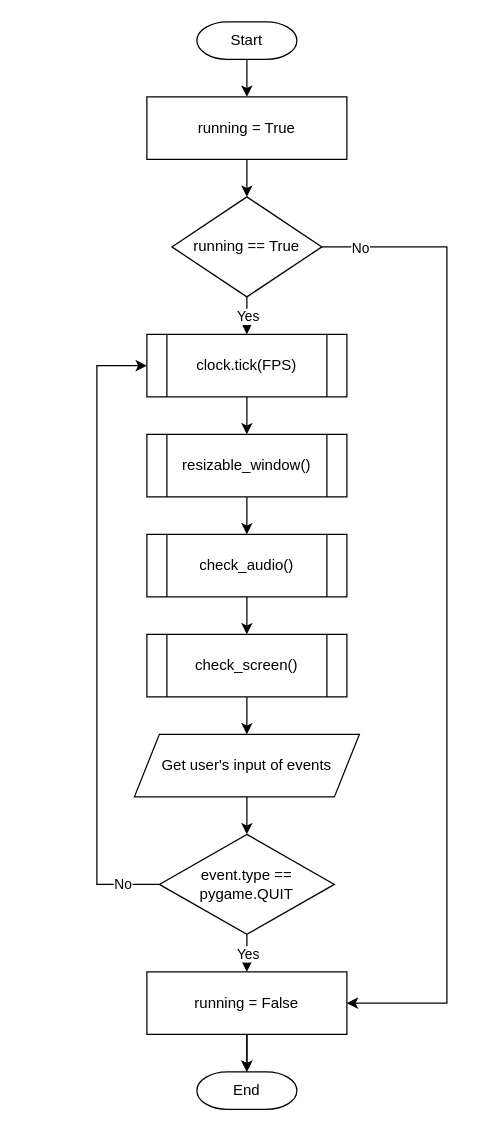
Bxnetic/wahtype keeps this draw.io diagram as diagrams/algorithms/gameLoop.drawio. Above is the earlier version. Source tidied: cells renumbered, new cells numbered last; positions are measured from the earlier drawing's top-left corner, leaving out a move shared by most shapes. Both pictures are drawn from the tidied source at 125%, with x=0, y=0 at pixel (96, 21).
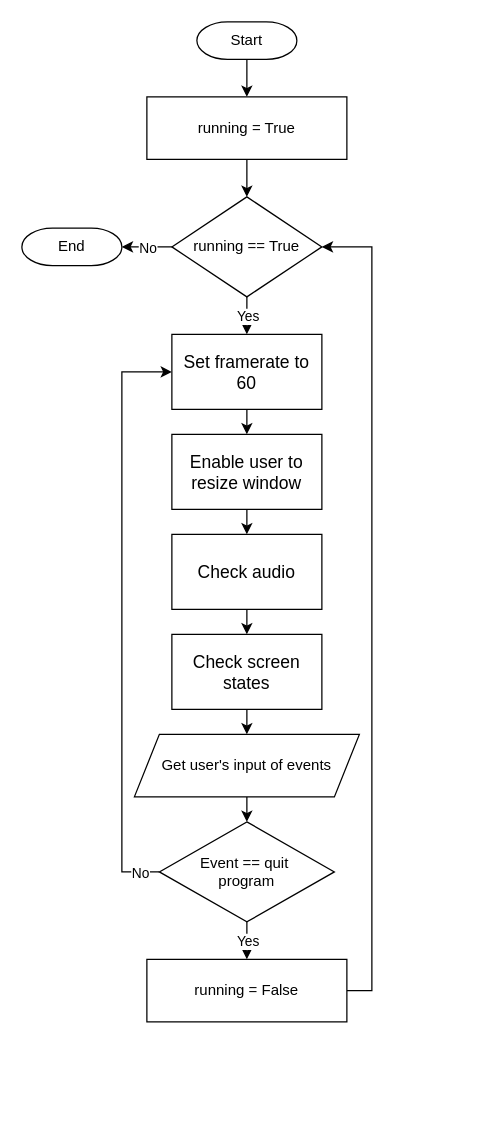
The same page after the edit.

The change refers to these unchanged cells:
```xml
<mxCell id="8" value="running == True" style="rhombus;whiteSpace=wrap;html=1;" parent="1" vertex="1">
  <mxGeometry x="60" y="140" width="120" height="80" as="geometry" />
</mxCell>
<mxCell id="13" value="&lt;div&gt;Get user's input of events&lt;/div&gt;" style="shape=parallelogram;perimeter=parallelogramPerimeter;whiteSpace=wrap;html=1;fixedSize=1;" parent="1" vertex="1">
  <mxGeometry x="30" y="570" width="180" height="50" as="geometry" />
</mxCell>
```

The edit, as a diff of the source:
```diff
@@
-    <mxCell id="6" style="endArrow=classic;html=1;rounded=0;exitX=0.5;exitY=1;exitDx=0;exitDy=0;entryX=0.5;entryY=0;entryDx=0;entryDy=0;" parent="1" edge="1" source="8">
-      <mxGeometry relative="1" as="geometry">
-        <mxPoint x="120" y="250" as="targetPoint" />
-      </mxGeometry>
+    <mxCell id="6" style="endArrow=classic;html=1;rounded=0;exitX=0.5;exitY=1;exitDx=0;exitDy=0;entryX=0.5;entryY=0;entryDx=0;entryDy=0;" parent="1" edge="1" source="8" target="32">
+      <mxGeometry relative="1" as="geometry" />
     </mxCell>
@@
-    <mxCell id="9" style="edgeStyle=orthogonalEdgeStyle;rounded=0;jettySize=auto;html=1;exitX=0.5;exitY=1;exitDx=0;exitDy=0;entryX=0.5;entryY=0;entryDx=0;entryDy=0;" parent="1" edge="1" source="19" target="21">
-      <mxGeometry relative="1" as="geometry" />
+    <mxCell id="9" style="edgeStyle=orthogonalEdgeStyle;rounded=0;orthogonalLoop=1;jettySize=auto;html=1;exitX=0.5;exitY=1;exitDx=0;exitDy=0;entryX=0.5;entryY=0;entryDx=0;entryDy=0;" parent="1" edge="1">
+      <mxGeometry relative="1" as="geometry">
+        <mxPoint x="140" y="380" as="sourcePoint" />
+        <mxPoint x="120" y="330" as="targetPoint" />
+      </mxGeometry>
     </mxCell>
-    <mxCell id="10" style="edgeStyle=orthogonalEdgeStyle;rounded=0;orthogonalLoop=1;jettySize=auto;html=1;exitX=0.5;exitY=1;exitDx=0;exitDy=0;entryX=0.5;entryY=0;entryDx=0;entryDy=0;" parent="1" edge="1">
-      <mxGeometry relative="1" as="geometry">
-        <mxPoint x="120" y="460" as="sourcePoint" />
-        <mxPoint x="120" y="490" as="targetPoint" />
-      </mxGeometry>
-    </mxCell>
-    <mxCell id="11" style="edgeStyle=orthogonalEdgeStyle;rounded=0;orthogonalLoop=1;jettySize=auto;html=1;exitX=0.5;exitY=1;exitDx=0;exitDy=0;entryX=0.5;entryY=0;entryDx=0;entryDy=0;" parent="1" edge="1">
-      <mxGeometry relative="1" as="geometry">
-        <mxPoint x="120" y="540" as="sourcePoint" />
-        <mxPoint x="120" y="570" as="targetPoint" />
-      </mxGeometry>
-    </mxCell>
@@
-    <mxCell id="14" value="event.type == pygame.QUIT" style="rhombus;whiteSpace=wrap;html=1;" parent="1" vertex="1">
-      <mxGeometry x="50" y="650" width="140" height="80" as="geometry" />
+    <mxCell id="14" value="&lt;div&gt;Event == quit&amp;nbsp;&lt;/div&gt;&lt;div&gt;program&lt;/div&gt;" style="rhombus;whiteSpace=wrap;html=1;" parent="1" vertex="1">
+      <mxGeometry x="50" y="640" width="140" height="80" as="geometry" />
     </mxCell>
     <mxCell id="15" value="End" style="strokeWidth=1;html=1;shape=mxgraph.flowchart.terminator;whiteSpace=wrap;" parent="1" vertex="1">
-      <mxGeometry x="80" y="840" width="80" height="30" as="geometry" />
+      <mxGeometry x="-60" y="165" width="80" height="30" as="geometry" />
     </mxCell>
-    <mxCell id="16" style="edgeStyle=orthogonalEdgeStyle;rounded=0;jettySize=auto;html=1;exitX=0.5;exitY=1;exitDx=0;exitDy=0;entryX=0.5;entryY=0;entryDx=0;entryDy=0;entryPerimeter=0;" parent="1" edge="1" target="15">
-      <mxGeometry relative="1" as="geometry">
-        <mxPoint x="120" y="810" as="sourcePoint" />
-      </mxGeometry>
-    </mxCell>
-    <mxCell id="17" style="endArrow=classic;html=1;rounded=0;exitX=1;exitY=0.5;exitDx=0;exitDy=0;entryX=1;entryY=0.5;entryDx=0;entryDy=0;" parent="1" edge="1" source="8" target="25">
-      <mxGeometry relative="1" as="geometry">
-        <Array as="points">
-          <mxPoint x="280" y="180" />
-          <mxPoint x="280" y="785" />
-        </Array>
-      </mxGeometry>
-    </mxCell>
-    <mxCell id="18" value="No" style="edgeLabel;html=1;align=center;verticalAlign=middle;" parent="17" vertex="1">
-      <mxGeometry relative="1" as="geometry">
-        <mxPoint x="-70" y="-293" as="offset" />
-      </mxGeometry>
-    </mxCell>
-    <mxCell id="19" value="clock.tick(FPS)" style="shape=process;whiteSpace=wrap;html=1;backgroundOutline=1;" parent="1" vertex="1">
-      <mxGeometry x="40" y="250" width="160" height="50" as="geometry" />
-    </mxCell>
-    <mxCell id="20" style="edgeStyle=orthogonalEdgeStyle;rounded=0;jettySize=auto;html=1;exitX=0.5;exitY=1;exitDx=0;exitDy=0;entryX=0.5;entryY=0;entryDx=0;entryDy=0;" parent="1" edge="1" source="21" target="22">
-      <mxGeometry relative="1" as="geometry" />
+    <mxCell id="20" style="edgeStyle=orthogonalEdgeStyle;rounded=0;orthogonalLoop=1;jettySize=auto;html=1;exitX=0.5;exitY=1;exitDx=0;exitDy=0;entryX=0.5;entryY=0;entryDx=0;entryDy=0;" parent="1" edge="1">
+      <mxGeometry relative="1" as="geometry">
+        <mxPoint x="120" y="410" as="targetPoint" />
+      </mxGeometry>
     </mxCell>
-    <mxCell id="21" value="resizable_window()" style="shape=process;whiteSpace=wrap;html=1;backgroundOutline=1;" parent="1" vertex="1">
-      <mxGeometry x="40" y="330" width="160" height="50" as="geometry" />
-    </mxCell>
-    <mxCell id="22" value="check_audio()" style="shape=process;whiteSpace=wrap;html=1;backgroundOutline=1;" parent="1" vertex="1">
-      <mxGeometry x="40" y="410" width="160" height="50" as="geometry" />
-    </mxCell>
-    <mxCell id="23" value="check_screen()" style="shape=process;whiteSpace=wrap;html=1;backgroundOutline=1;" parent="1" vertex="1">
-      <mxGeometry x="40" y="490" width="160" height="50" as="geometry" />
-    </mxCell>
-    <mxCell id="24" style="edgeStyle=orthogonalEdgeStyle;rounded=0;jettySize=auto;html=1;exitX=0.5;exitY=1;exitDx=0;exitDy=0;" parent="1" edge="1" source="25" target="15">
-      <mxGeometry relative="1" as="geometry" />
-    </mxCell>
+    <mxCell id="30" style="edgeStyle=orthogonalEdgeStyle;rounded=0;jettySize=auto;html=1;exitX=1;exitY=0.5;exitDx=0;exitDy=0;entryX=1;entryY=0.5;entryDx=0;entryDy=0;" parent="1" edge="1" source="25" target="8">
+      <mxGeometry relative="1" as="geometry" />
+    </mxCell>
     <mxCell id="25" value="running = False" style="rounded=0;whiteSpace=wrap;html=1;" parent="1" vertex="1">
-      <mxGeometry x="40" y="760" width="160" height="50" as="geometry" />
+      <mxGeometry x="40" y="750" width="160" height="50" as="geometry" />
     </mxCell>
-    <mxCell id="26" style="endArrow=classic;html=1;rounded=0;entryX=0;entryY=0.5;entryDx=0;entryDy=0;exitX=0;exitY=0.5;exitDx=0;exitDy=0;" parent="1" edge="1" source="14" target="19">
+    <mxCell id="26" style="endArrow=classic;html=1;rounded=0;exitX=0;exitY=0.5;exitDx=0;exitDy=0;entryX=0;entryY=0.5;entryDx=0;entryDy=0;" parent="1" edge="1" source="14" target="32">
       <mxGeometry relative="1" as="geometry">
         <Array as="points">
-          <mxPoint y="690" />
-          <mxPoint y="275" />
+          <mxPoint x="20" y="680" />
+          <mxPoint x="20" y="470" />
+          <mxPoint x="20" y="280" />
         </Array>
       </mxGeometry>
     </mxCell>
     <mxCell id="27" value="No" style="edgeLabel;html=1;align=center;verticalAlign=middle;" parent="26" vertex="1">
       <mxGeometry relative="1" as="geometry">
-        <mxPoint x="20" y="202" as="offset" />
+        <mxPoint x="14" y="205" as="offset" />
       </mxGeometry>
     </mxCell>
@@
+    <mxCell id="31" style="edgeStyle=orthogonalEdgeStyle;rounded=0;jettySize=auto;html=1;exitX=0.5;exitY=1;exitDx=0;exitDy=0;entryX=0.5;entryY=0;entryDx=0;entryDy=0;" parent="1" edge="1" source="32" target="34">
+      <mxGeometry relative="1" as="geometry" />
+    </mxCell>
+    <mxCell id="32" value="Set framerate to 60" style="rounded=0;whiteSpace=wrap;html=1;fontSize=14;" parent="1" vertex="1">
+      <mxGeometry x="60" y="250" width="120" height="60" as="geometry" />
+    </mxCell>
+    <mxCell id="33" style="edgeStyle=orthogonalEdgeStyle;rounded=0;jettySize=auto;html=1;exitX=0.5;exitY=1;exitDx=0;exitDy=0;entryX=0.5;entryY=0;entryDx=0;entryDy=0;" parent="1" edge="1" source="34" target="36">
+      <mxGeometry relative="1" as="geometry" />
+    </mxCell>
+    <mxCell id="34" value="Enable user to resize window" style="rounded=0;whiteSpace=wrap;html=1;fontSize=14;" parent="1" vertex="1">
+      <mxGeometry x="60" y="330" width="120" height="60" as="geometry" />
+    </mxCell>
+    <mxCell id="35" style="edgeStyle=orthogonalEdgeStyle;rounded=0;jettySize=auto;html=1;exitX=0.5;exitY=1;exitDx=0;exitDy=0;entryX=0.5;entryY=0;entryDx=0;entryDy=0;" parent="1" edge="1" source="36" target="38">
+      <mxGeometry relative="1" as="geometry" />
+    </mxCell>
+    <mxCell id="36" value="Check audio" style="rounded=0;whiteSpace=wrap;html=1;fontSize=14;" parent="1" vertex="1">
+      <mxGeometry x="60" y="410" width="120" height="60" as="geometry" />
+    </mxCell>
+    <mxCell id="37" style="edgeStyle=orthogonalEdgeStyle;rounded=0;jettySize=auto;html=1;exitX=0.5;exitY=1;exitDx=0;exitDy=0;entryX=0.5;entryY=0;entryDx=0;entryDy=0;" parent="1" edge="1" source="38" target="13">
+      <mxGeometry relative="1" as="geometry" />
+    </mxCell>
+    <mxCell id="38" value="Check screen states" style="rounded=0;whiteSpace=wrap;html=1;fontSize=14;" parent="1" vertex="1">
+      <mxGeometry x="60" y="490" width="120" height="60" as="geometry" />
+    </mxCell>
+    <mxCell id="39" style="endArrow=classic;html=1;rounded=0;exitX=0;exitY=0.5;exitDx=0;exitDy=0;entryX=1;entryY=0.5;entryDx=0;entryDy=0;entryPerimeter=0;" parent="1" edge="1" source="8" target="15">
+      <mxGeometry relative="1" as="geometry" />
+    </mxCell>
+    <mxCell id="18" value="No" style="edgeLabel;html=1;align=center;verticalAlign=middle;" parent="39" vertex="1">
+      <mxGeometry relative="1" as="geometry" />
+    </mxCell>
```
